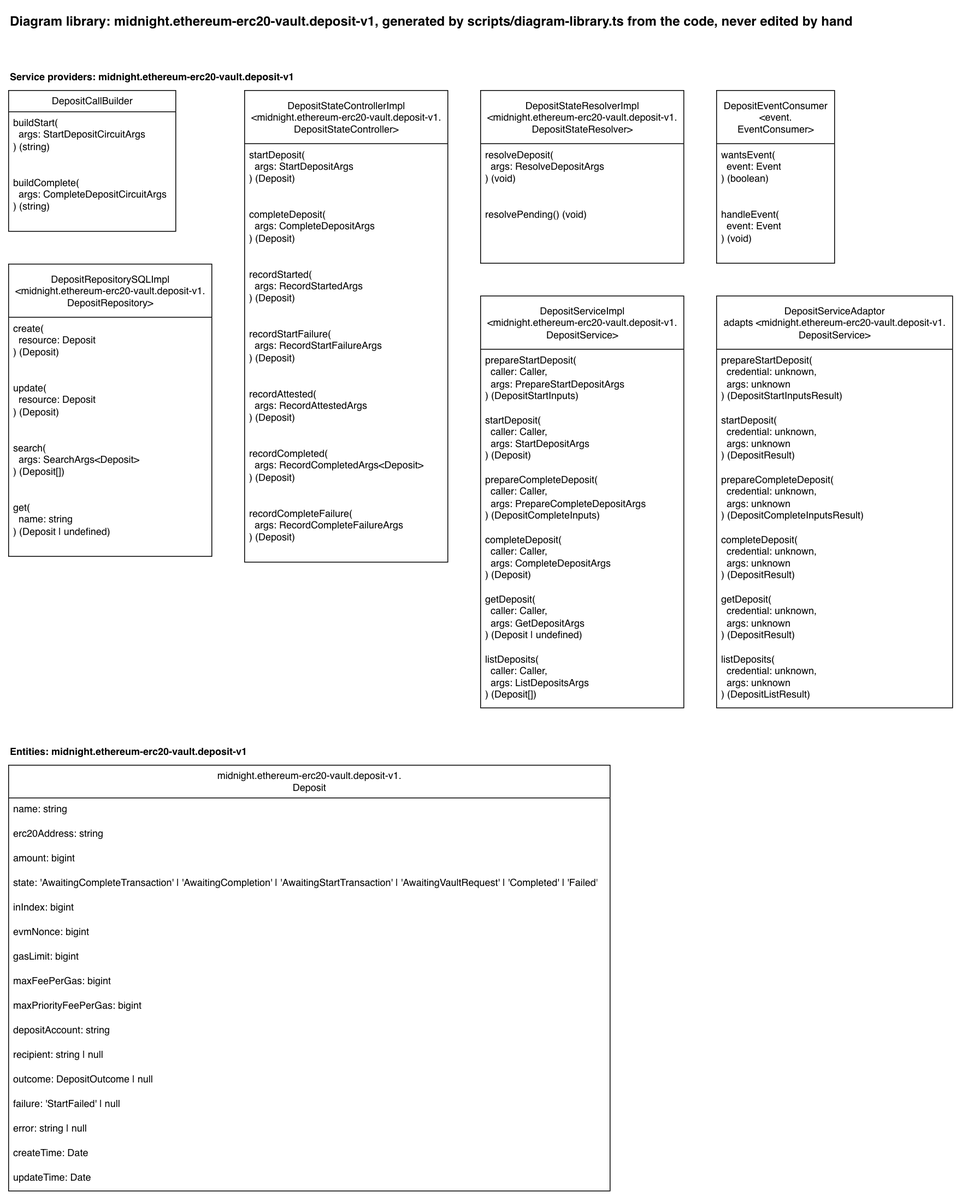
Before: docs/diagram-library/midnight/ethereum-erc20-vault/deposit-v1/diagram-library.drawio.png, a diagram exported from draw.io (sig-net/full-stack-demo). Source tidied: cells renumbered, new cells last; positions are measured from the earlier drawing's top-left corner, leaving out a move shared by most shapes.
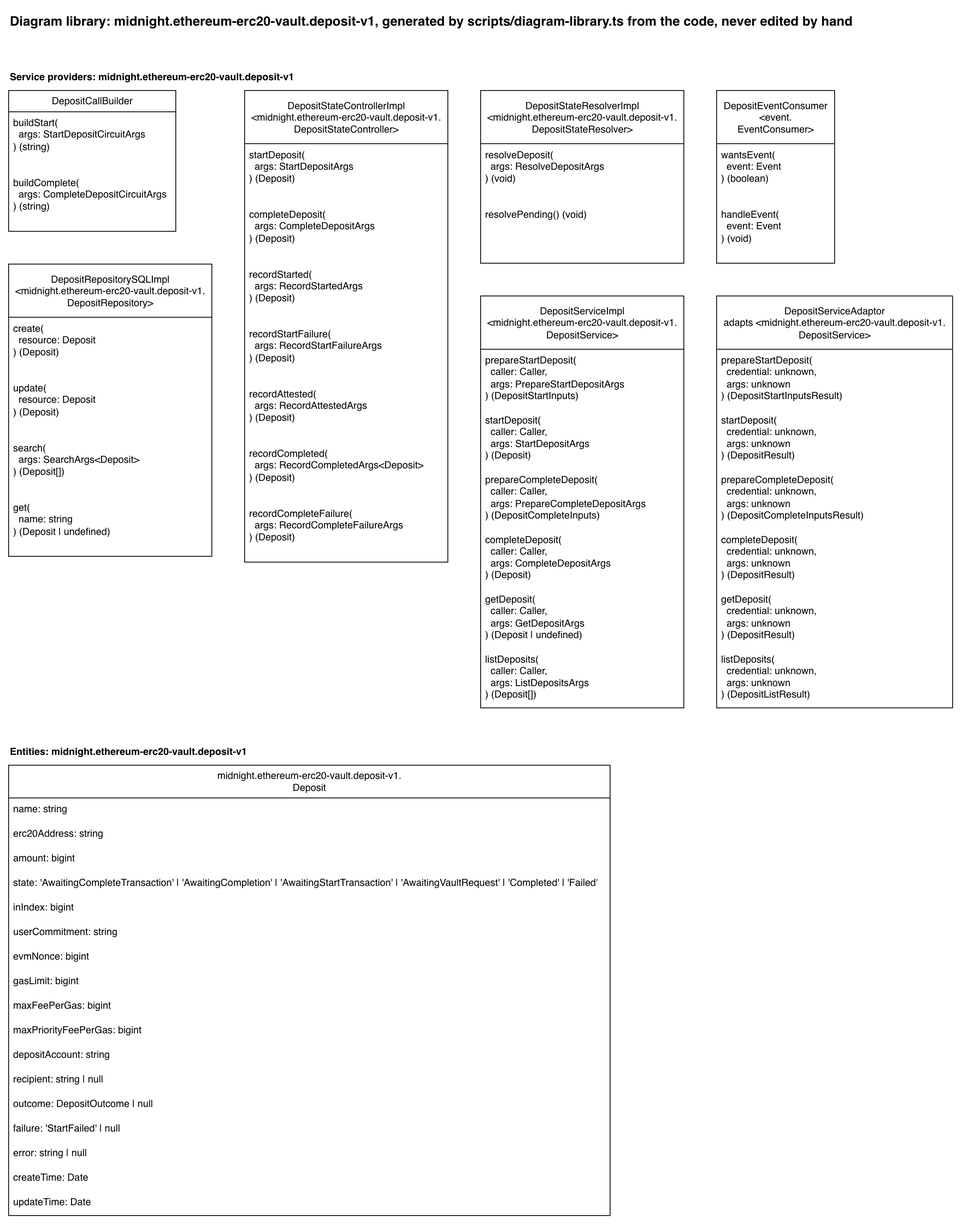
Above is the later version.

Diff of the diagram source:
```diff
@@ -120,7 +120,7 @@
       <mxGeometry y="894" width="315" height="20" as="geometry" />
     </mxCell>
     <mxCell id="41" value="midnight.ethereum-erc20-vault.deposit-v1.&lt;br&gt;Deposit" style="swimlane;fontStyle=0;horizontal=1;startSize=40;fillColor=default;html=1;fillStyle=solid;" parent="1" vertex="1">
-      <mxGeometry y="924" width="734" height="520" as="geometry" />
+      <mxGeometry y="924" width="734" height="550" as="geometry" />
     </mxCell>
     <mxCell id="42" value="name: string" style="text;strokeColor=none;fillColor=none;align=left;verticalAlign=top;spacingLeft=4;spacingRight=4;overflow=hidden;whiteSpace=wrap;html=1;" parent="41" vertex="1">
       <mxGeometry y="40" width="734" height="30" as="geometry" />
@@ -137,38 +137,41 @@
     <mxCell id="46" value="inIndex: bigint" style="text;strokeColor=none;fillColor=none;align=left;verticalAlign=top;spacingLeft=4;spacingRight=4;overflow=hidden;whiteSpace=wrap;html=1;" parent="41" vertex="1">
       <mxGeometry y="160" width="734" height="30" as="geometry" />
     </mxCell>
+    <mxCell id="58" value="userCommitment: string" style="text;strokeColor=none;fillColor=none;align=left;verticalAlign=top;spacingLeft=4;spacingRight=4;overflow=hidden;whiteSpace=wrap;html=1;" parent="41" vertex="1">
+      <mxGeometry y="190" width="734" height="30" as="geometry" />
+    </mxCell>
     <mxCell id="47" value="evmNonce: bigint" style="text;strokeColor=none;fillColor=none;align=left;verticalAlign=top;spacingLeft=4;spacingRight=4;overflow=hidden;whiteSpace=wrap;html=1;" parent="41" vertex="1">
-      <mxGeometry y="190" width="734" height="30" as="geometry" />
+      <mxGeometry y="220" width="734" height="30" as="geometry" />
     </mxCell>
     <mxCell id="48" value="gasLimit: bigint" style="text;strokeColor=none;fillColor=none;align=left;verticalAlign=top;spacingLeft=4;spacingRight=4;overflow=hidden;whiteSpace=wrap;html=1;" parent="41" vertex="1">
-      <mxGeometry y="220" width="734" height="30" as="geometry" />
+      <mxGeometry y="250" width="734" height="30" as="geometry" />
     </mxCell>
     <mxCell id="49" value="maxFeePerGas: bigint" style="text;strokeColor=none;fillColor=none;align=left;verticalAlign=top;spacingLeft=4;spacingRight=4;overflow=hidden;whiteSpace=wrap;html=1;" parent="41" vertex="1">
-      <mxGeometry y="250" width="734" height="30" as="geometry" />
+      <mxGeometry y="280" width="734" height="30" as="geometry" />
     </mxCell>
     <mxCell id="50" value="maxPriorityFeePerGas: bigint" style="text;strokeColor=none;fillColor=none;align=left;verticalAlign=top;spacingLeft=4;spacingRight=4;overflow=hidden;whiteSpace=wrap;html=1;" parent="41" vertex="1">
-      <mxGeometry y="280" width="734" height="30" as="geometry" />
+      <mxGeometry y="310" width="734" height="30" as="geometry" />
     </mxCell>
     <mxCell id="51" value="depositAccount: string" style="text;strokeColor=none;fillColor=none;align=left;verticalAlign=top;spacingLeft=4;spacingRight=4;overflow=hidden;whiteSpace=wrap;html=1;" parent="41" vertex="1">
-      <mxGeometry y="310" width="734" height="30" as="geometry" />
+      <mxGeometry y="340" width="734" height="30" as="geometry" />
     </mxCell>
     <mxCell id="52" value="recipient: string | null" style="text;strokeColor=none;fillColor=none;align=left;verticalAlign=top;spacingLeft=4;spacingRight=4;overflow=hidden;whiteSpace=wrap;html=1;" parent="41" vertex="1">
-      <mxGeometry y="340" width="734" height="30" as="geometry" />
+      <mxGeometry y="370" width="734" height="30" as="geometry" />
     </mxCell>
     <mxCell id="53" value="outcome: DepositOutcome | null" style="text;strokeColor=none;fillColor=none;align=left;verticalAlign=top;spacingLeft=4;spacingRight=4;overflow=hidden;whiteSpace=wrap;html=1;" parent="41" vertex="1">
-      <mxGeometry y="370" width="734" height="30" as="geometry" />
+      <mxGeometry y="400" width="734" height="30" as="geometry" />
     </mxCell>
     <mxCell id="54" value="failure: 'StartFailed' | null" style="text;strokeColor=none;fillColor=none;align=left;verticalAlign=top;spacingLeft=4;spacingRight=4;overflow=hidden;whiteSpace=wrap;html=1;" parent="41" vertex="1">
-      <mxGeometry y="400" width="734" height="30" as="geometry" />
+      <mxGeometry y="430" width="734" height="30" as="geometry" />
     </mxCell>
     <mxCell id="55" value="error: string | null" style="text;strokeColor=none;fillColor=none;align=left;verticalAlign=top;spacingLeft=4;spacingRight=4;overflow=hidden;whiteSpace=wrap;html=1;" parent="41" vertex="1">
-      <mxGeometry y="430" width="734" height="30" as="geometry" />
+      <mxGeometry y="460" width="734" height="30" as="geometry" />
     </mxCell>
     <mxCell id="56" value="createTime: Date" style="text;strokeColor=none;fillColor=none;align=left;verticalAlign=top;spacingLeft=4;spacingRight=4;overflow=hidden;whiteSpace=wrap;html=1;" parent="41" vertex="1">
-      <mxGeometry y="460" width="734" height="30" as="geometry" />
+      <mxGeometry y="490" width="734" height="30" as="geometry" />
     </mxCell>
     <mxCell id="57" value="updateTime: Date" style="text;strokeColor=none;fillColor=none;align=left;verticalAlign=top;spacingLeft=4;spacingRight=4;overflow=hidden;whiteSpace=wrap;html=1;" parent="41" vertex="1">
-      <mxGeometry y="490" width="734" height="30" as="geometry" />
+      <mxGeometry y="520" width="734" height="30" as="geometry" />
     </mxCell>
   </root>
 </mxGraphModel>
```
